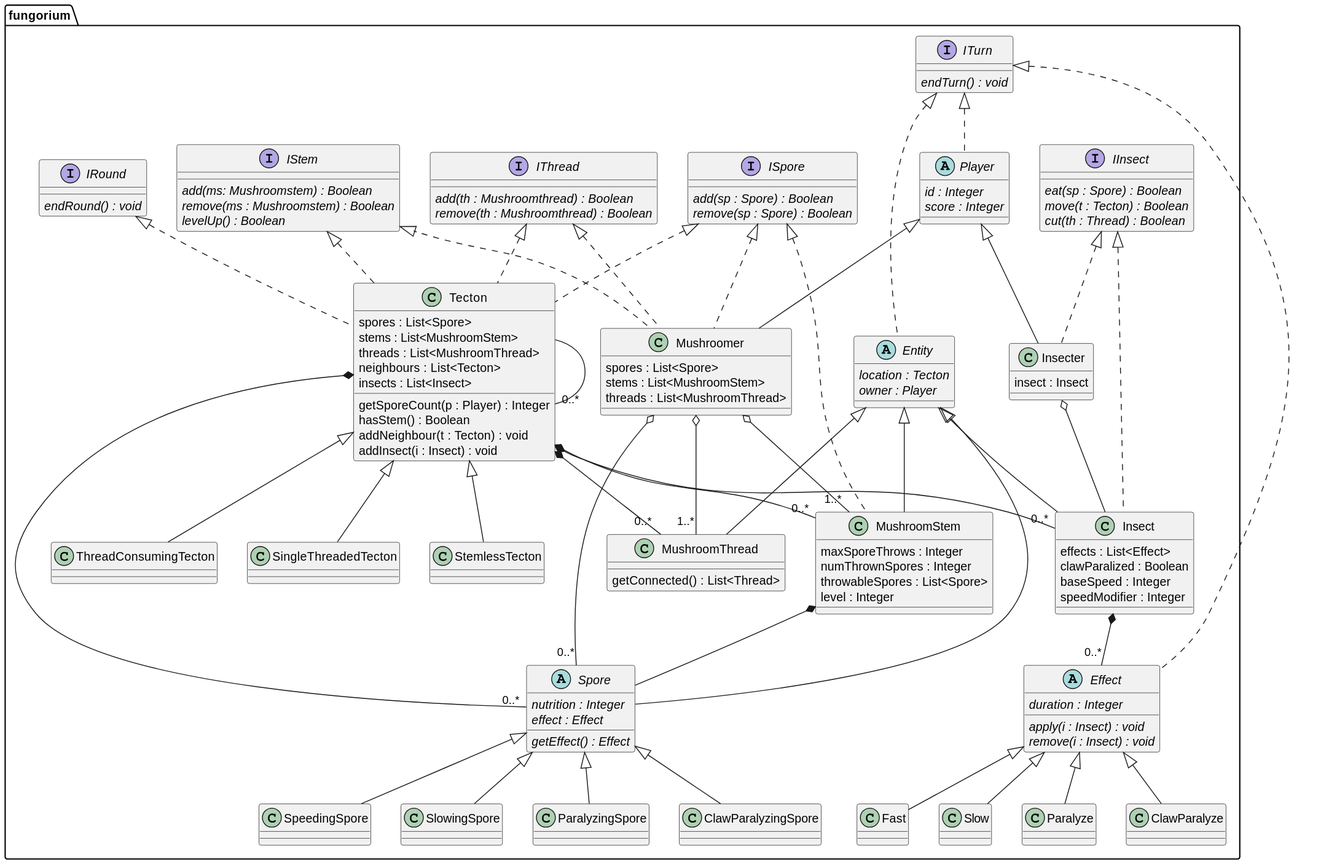
Earlier version of the PlantUML export out/5/classes/fungorium/fungorium.svg (Petya-G/fungorium).
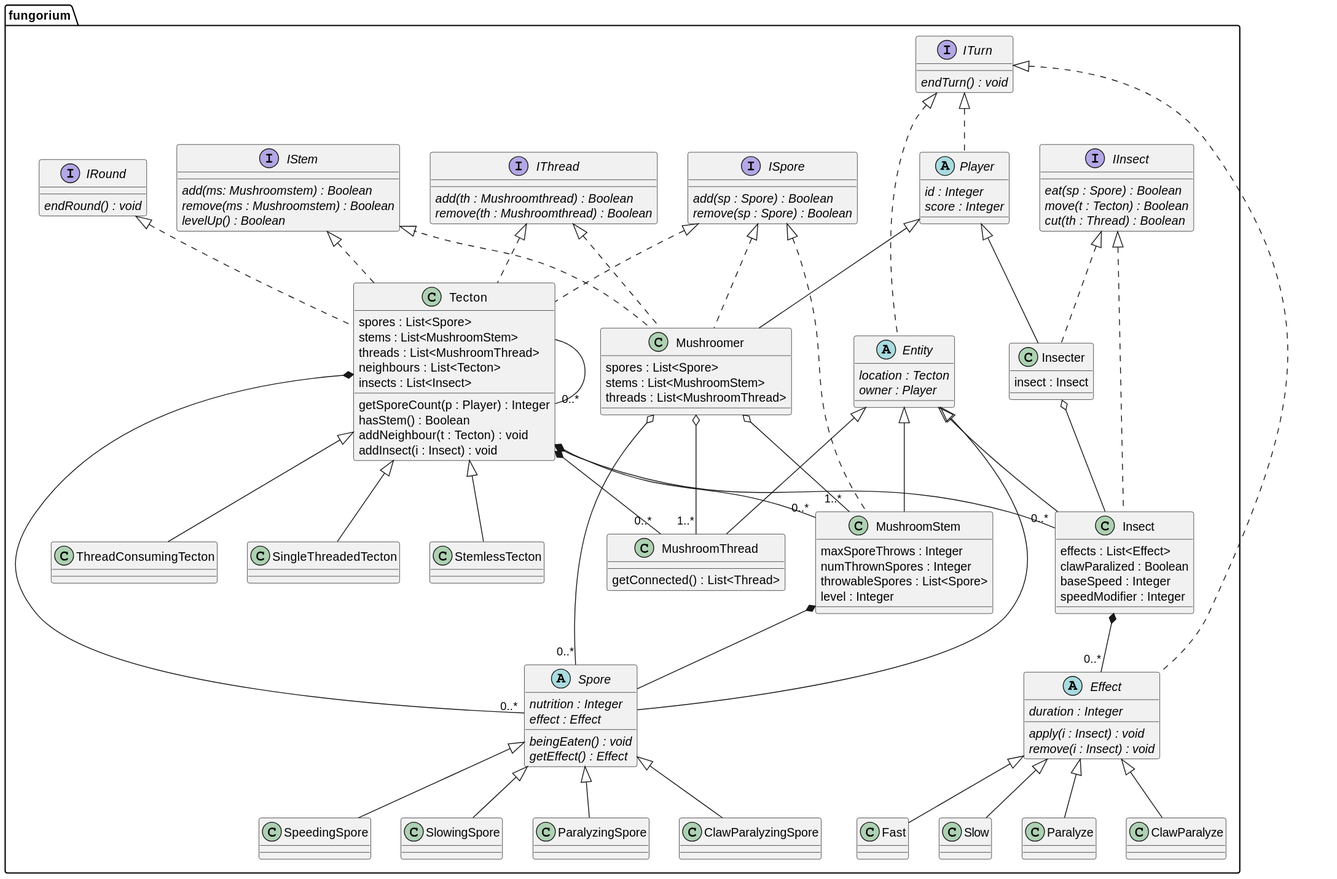
After the change.

The edit, as a diff of the source:
```diff
@@ -64,6 +64,7 @@
 abstract class Spore extends Entity{
     {abstract} nutrition : Integer
     {abstract} effect : Effect
+    {abstract} beingEaten() : void
     {abstract} getEffect() : Effect
 }
 
```
